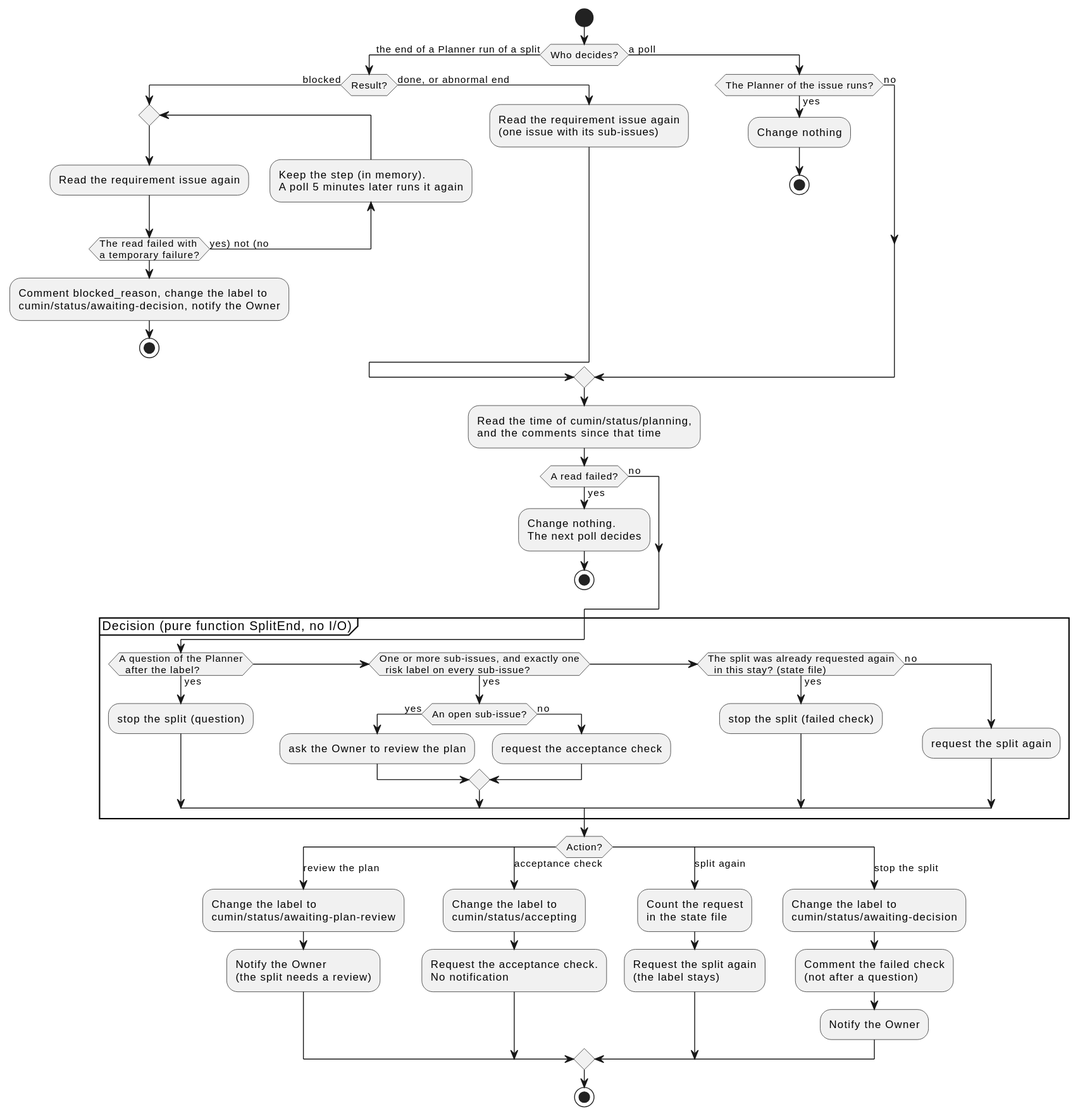
Earlier version of the PlantUML export docs/ja/designs/poll-split.svg (cloveclovedev/cumin-works).
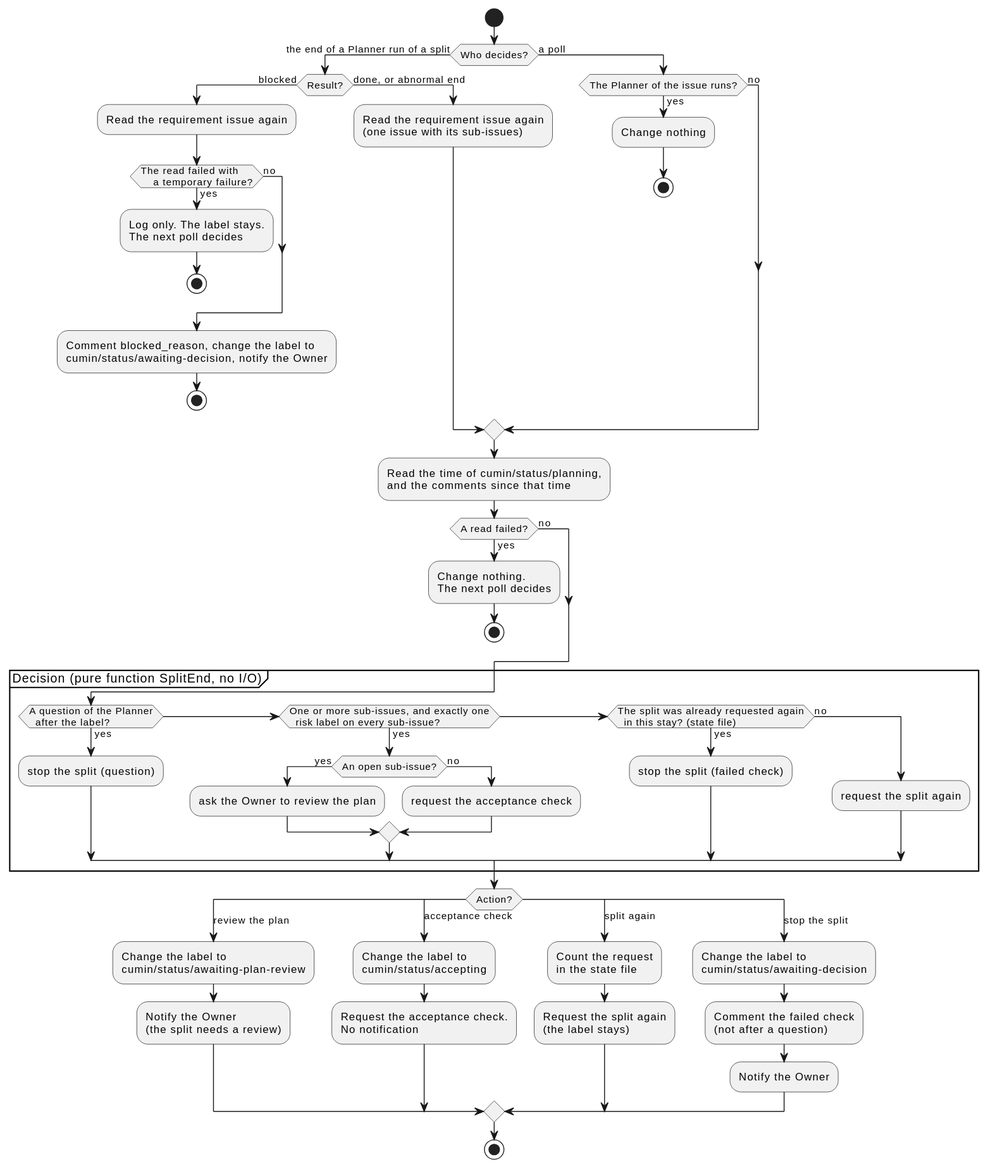
The same diagram one commit later.

Diff of the diagram source:
```diff
@@ -5,12 +5,14 @@
 start
 if (Who decides?) then (the end of a Planner run of a split)
   if (Result?) then (blocked)
-    repeat
-      :Read the requirement issue again;
-      backward :Keep the step (in memory).
-      A poll 5 minutes later runs it again;
-    repeat while (The read failed with
-    a temporary failure?) is (yes) not (no)
+    :Read the requirement issue again;
+    if (The read failed with
+    a temporary failure?) then (yes)
+      :Log only. The label stays.
+      The next poll decides;
+      stop
+    else (no)
+    endif
     :Comment blocked_reason, change the label to
     cumin/status/awaiting-decision, notify the Owner;
     stop
```
